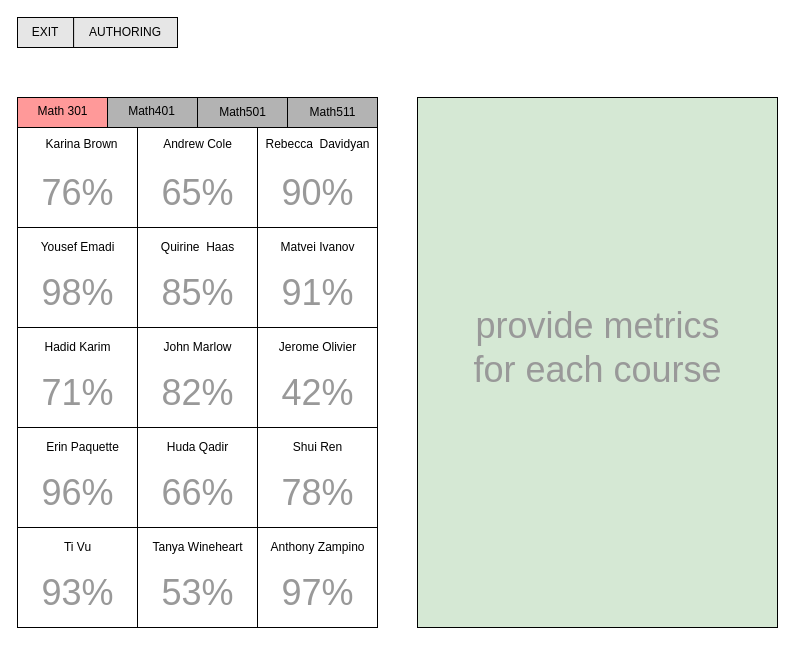
Yousef-Emadi/ZOE-Website keeps this draw.io diagram as page "teacherMain" (2 of 6) of Untitled Diagram.drawio. Above is the earlier version. Source tidied: cells renumbered, new cells numbered last; positions are measured from the earlier drawing's top-left corner, leaving out a move shared by most shapes. Both pictures are drawn from the tidied source at 100%, with x=0, y=0 at pixel (17, 17).
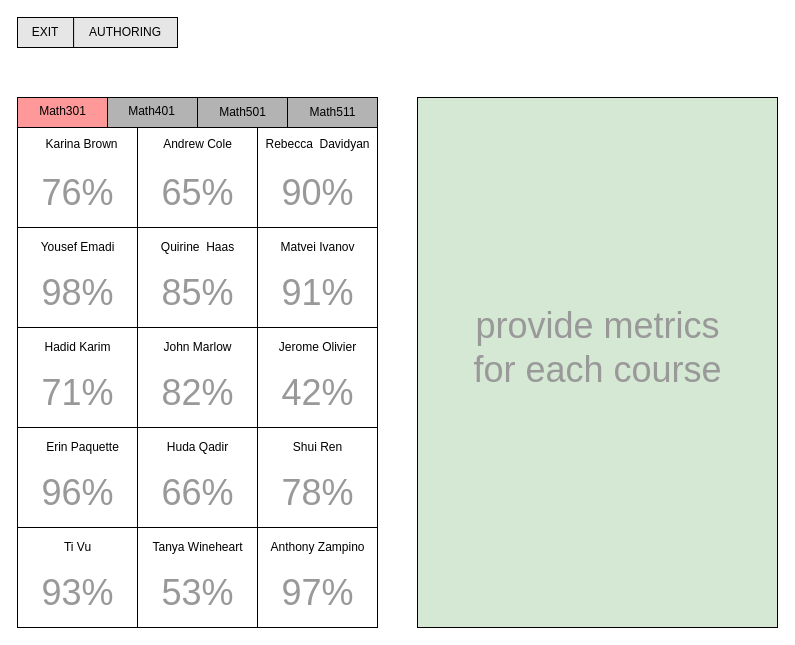
The same page after the edit.

Change to the diagram source:
```diff
@@
-    <mxCell id="19" value="Math 301" style="text;html=1;align=center;verticalAlign=middle;" parent="1" vertex="1">
-      <mxGeometry x="10" y="84" width="70" height="20" as="geometry" />
+    <mxCell id="19" value="Math301" style="text;html=1;align=center;verticalAlign=middle;" parent="1" vertex="1">
+      <mxGeometry x="15" y="84" width="60" height="20" as="geometry" />
     </mxCell>
```
